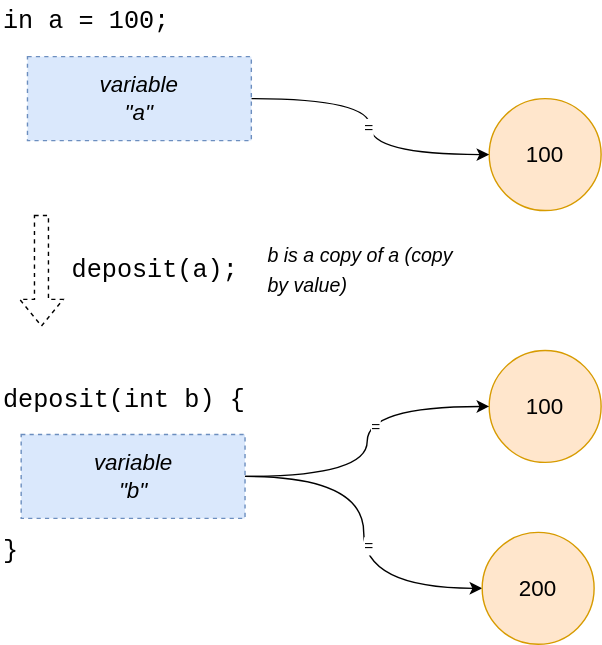
Earlier version of the draw.io export course-1/docs/diagrams/reference-semantics-prim.svg (ThorstenEckstein/dhbw-advanced-programming). Source tidied: cells renumbered, new cells last; positions are measured from the earlier drawing's top-left corner, leaving out a move shared by most shapes.
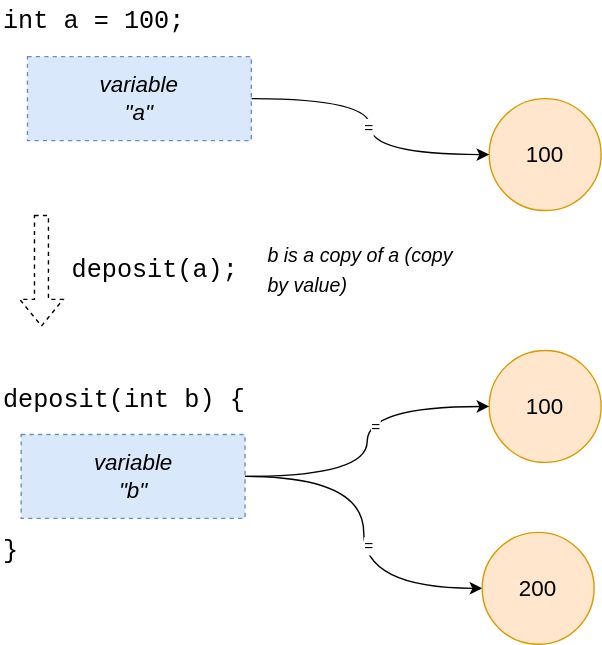
After the change.

What changed in the source:
```diff
@@ -14,7 +14,7 @@
     <mxCell id="5" value="&lt;i&gt;variable &lt;br&gt;&quot;a&quot;&lt;/i&gt;" style="rounded=0;whiteSpace=wrap;html=1;fontSize=16;dashed=1;fillColor=#dae8fc;strokeColor=#6c8ebf;" parent="1" vertex="1">
       <mxGeometry x="19" y="40" width="160" height="60" as="geometry" />
     </mxCell>
-    <mxCell id="6" value="&lt;font style=&quot;font-size: 18px;&quot; face=&quot;Courier New&quot;&gt;in a = 100;&lt;/font&gt;" style="text;html=1;strokeColor=none;fillColor=none;align=left;verticalAlign=middle;whiteSpace=wrap;rounded=0;dashed=1;fontSize=16;" parent="1" vertex="1">
+    <mxCell id="6" value="&lt;font style=&quot;font-size: 18px;&quot; face=&quot;Courier New&quot;&gt;int a = 100;&lt;/font&gt;" style="text;html=1;strokeColor=none;fillColor=none;align=left;verticalAlign=middle;whiteSpace=wrap;rounded=0;dashed=1;fontSize=16;" parent="1" vertex="1">
       <mxGeometry width="169" height="30" as="geometry" />
     </mxCell>
     <mxCell id="7" value="&lt;font style=&quot;font-size: 18px;&quot; face=&quot;Courier New&quot;&gt;deposit(int b) {&lt;br&gt;&lt;br&gt;&lt;br&gt;&lt;br&gt;&lt;br&gt;}&lt;/font&gt;" style="text;html=1;strokeColor=none;fillColor=none;align=left;verticalAlign=middle;whiteSpace=wrap;rounded=0;dashed=1;fontSize=16;" parent="1" vertex="1">
```
